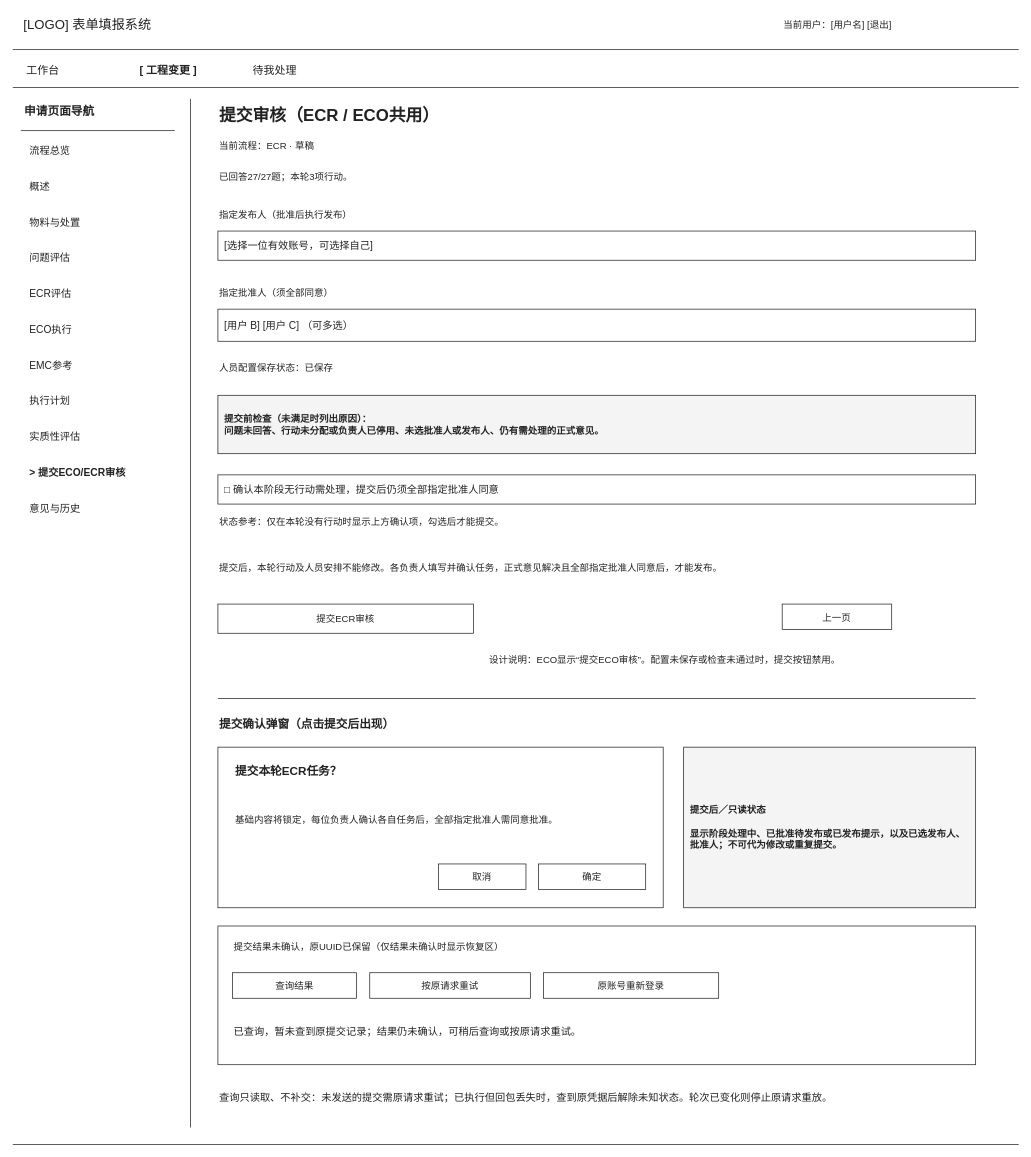
Earlier version of the draw.io diagram page "13 提交ECR-ECO审核" (13 of 17) of docs/线框图1.4.drawio (jack1415926/form-filling-system). Source tidied: cells renumbered, new cells numbered last; positions are measured from the earlier drawing's top-left corner, leaving out a move shared by most shapes. Both pictures are drawn from the tidied source at 73%, with x=0, y=0 at pixel (12, 12).
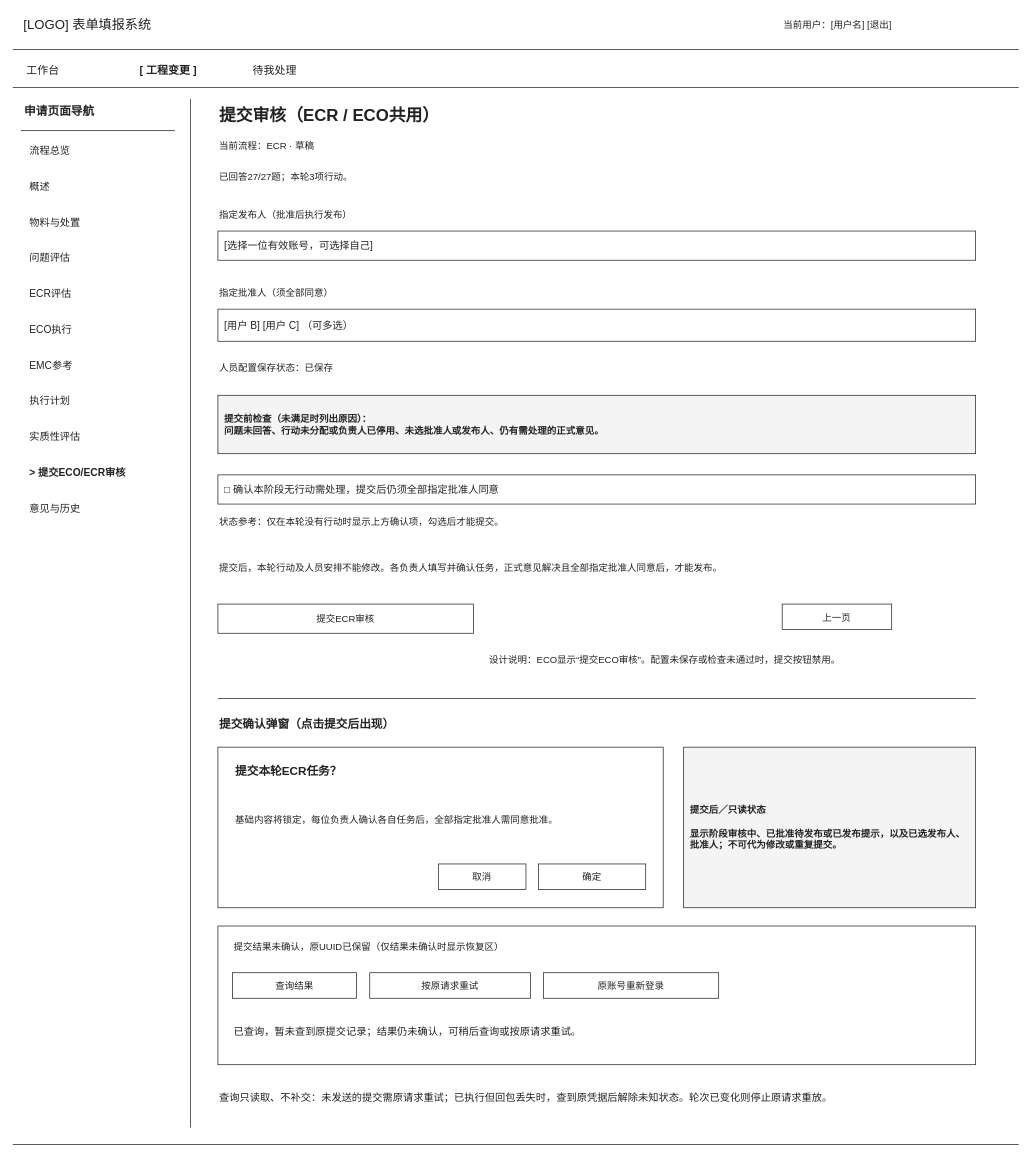
The same diagram, later.

Change to the diagram source:
```diff
@@
-    <mxCell id="46" value="提交后／只读状态&#10;&#10;显示阶段处理中、已批准待发布或已发布提示，以及已选发布人、批准人；不可代为修改或重复提交。" style="rectangle;rounded=0;html=0;whiteSpace=wrap;strokeColor=#222222;fillColor=#F4F4F4;strokeWidth=1;align=left;verticalAlign=middle;fontSize=13;fontFamily=Microsoft YaHei;fontColor=#222222;spacingLeft=7;spacingRight=7;fontStyle=1;" parent="1" vertex="1">
+    <mxCell id="46" value="提交后／只读状态&#10;&#10;显示阶段审核中、已批准待发布或已发布提示，以及已选发布人、批准人；不可代为修改或重复提交。" style="rectangle;rounded=0;html=0;whiteSpace=wrap;strokeColor=#222222;fillColor=#F4F4F4;strokeWidth=1;align=left;verticalAlign=middle;fontSize=13;fontFamily=Microsoft YaHei;fontColor=#222222;spacingLeft=7;spacingRight=7;fontStyle=1;" parent="1" vertex="1">
       <mxGeometry x="919" y="1006" width="400" height="220" as="geometry" />
     </mxCell>
```
